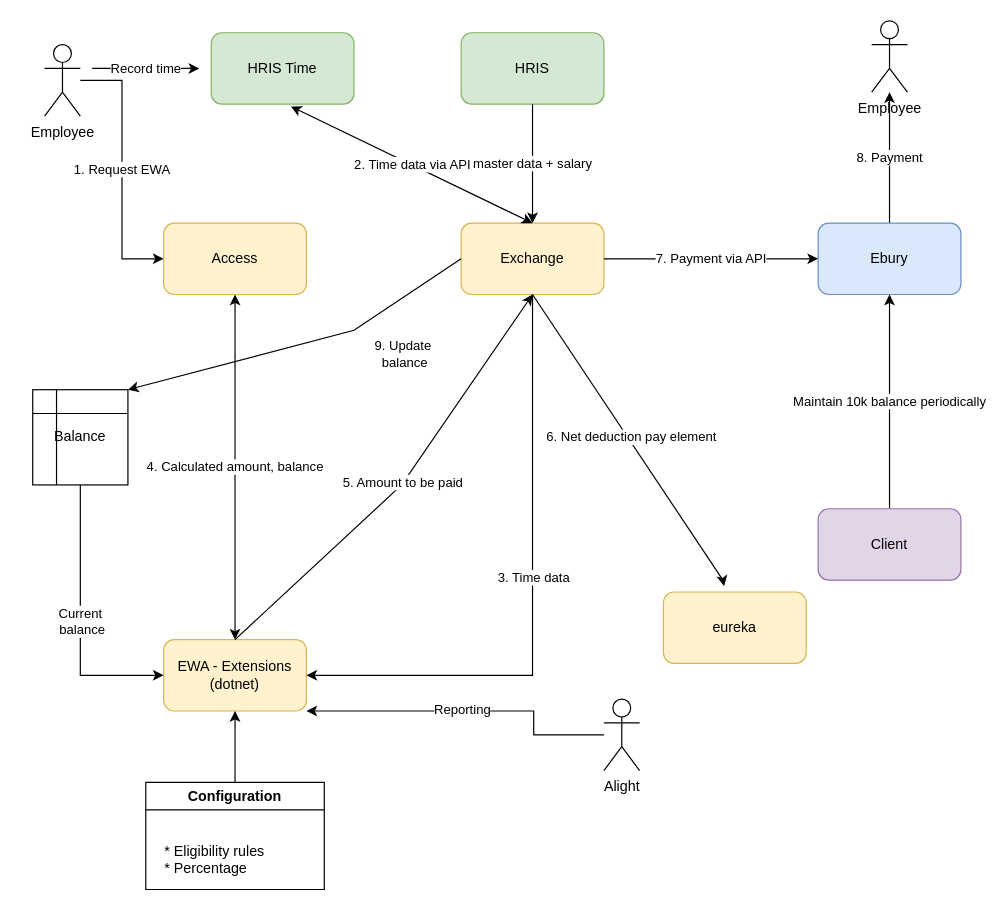
jasperslits/tesla keeps this draw.io diagram as Untitled Diagram.drawio. Above is the earlier version. Source tidied: cells renumbered, new cells numbered last; positions are measured from the earlier drawing's top-left corner, leaving out a move shared by most shapes. Both pictures are drawn from the tidied source at 119%, with x=0, y=0 at pixel (32, 20).
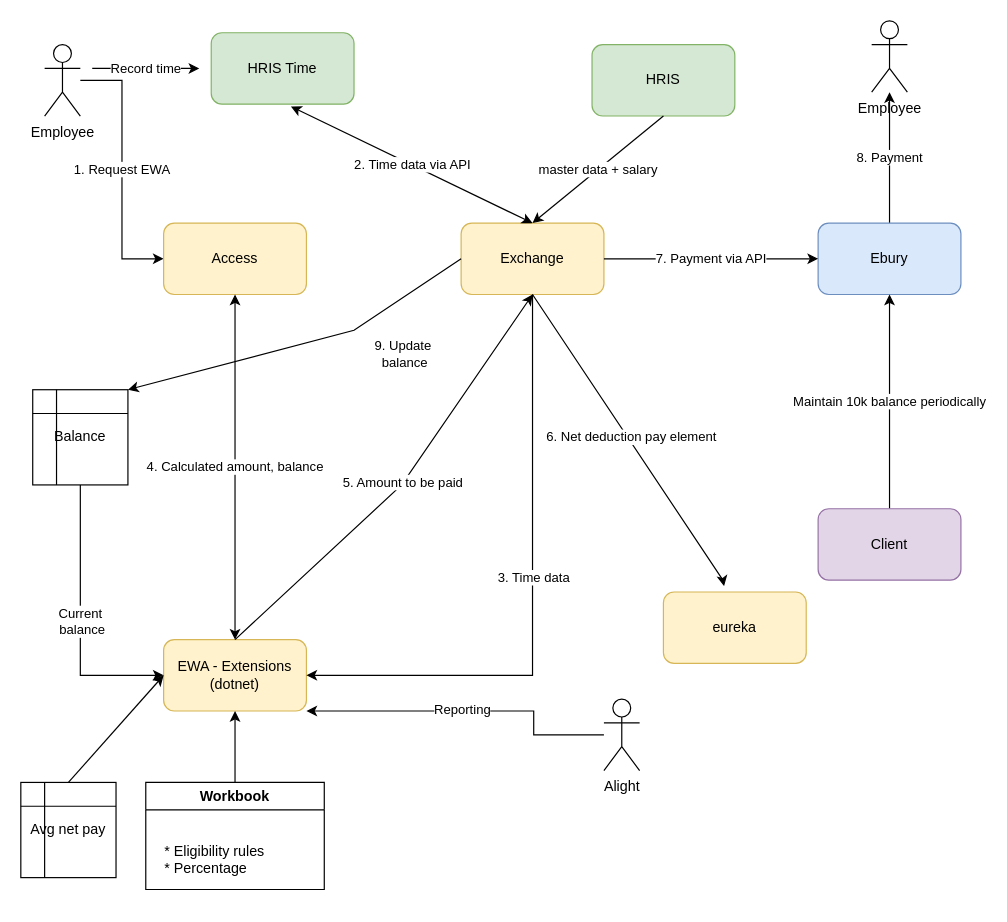
Above is the later version.

The change refers to these unchanged cells:
```xml
<mxCell id="7" value="EWA - Extensions (dotnet)" style="rounded=1;whiteSpace=wrap;html=1;fillColor=#fff2cc;strokeColor=#d6b656;" parent="1" vertex="1">
  <mxGeometry x="110" y="520" width="120" height="60" as="geometry" />
</mxCell>
```

Diff of the diagram source:
```diff
@@
     <mxCell id="6" value="HRIS" style="rounded=1;whiteSpace=wrap;html=1;fillColor=#d5e8d4;strokeColor=#82b366;" parent="1" vertex="1">
-      <mxGeometry x="360" y="10" width="120" height="60" as="geometry" />
+      <mxGeometry x="470" y="20" width="120" height="60" as="geometry" />
     </mxCell>
@@
-    <mxCell id="23" value="Configuration" style="swimlane;whiteSpace=wrap;html=1;" parent="1" vertex="1">
+    <mxCell id="23" value="Workbook" style="swimlane;whiteSpace=wrap;html=1;" parent="1" vertex="1">
       <mxGeometry x="95" y="640" width="150" height="90" as="geometry" />
     </mxCell>
@@
+    <mxCell id="34" value="Avg net pay" style="shape=internalStorage;whiteSpace=wrap;html=1;backgroundOutline=1;" parent="1" vertex="1">
+      <mxGeometry x="-10" y="640" width="80" height="80" as="geometry" />
+    </mxCell>
+    <mxCell id="35" style="endArrow=classic;html=1;rounded=0;exitX=0.5;exitY=0;exitDx=0;exitDy=0;entryX=0;entryY=0.5;entryDx=0;entryDy=0;" parent="1" edge="1" source="34" target="7">
+      <mxGeometry relative="1" as="geometry" />
+    </mxCell>
```
